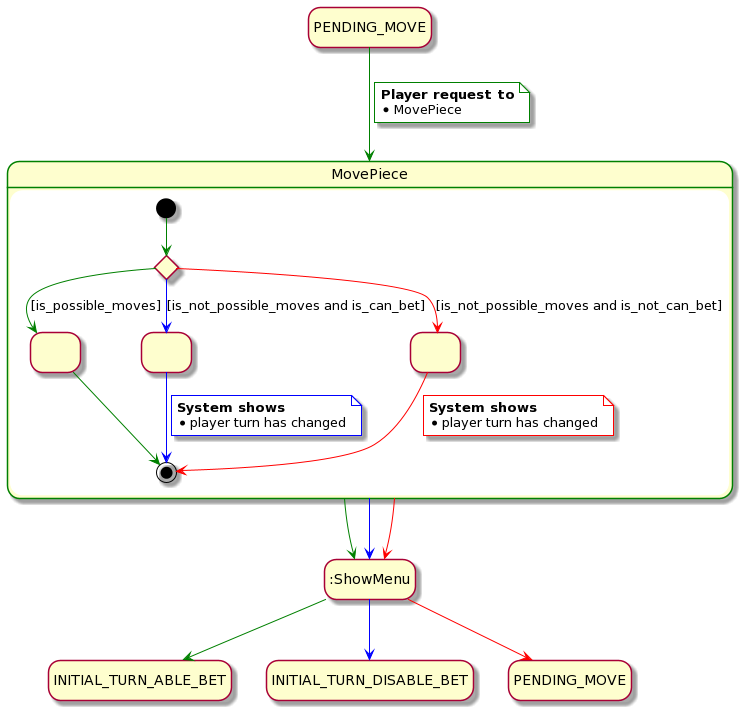
The PlantUML diagram rup/usecase/move_piece.png in USantaTecla-game-backgammon/backgammon, before a commit. Source of this version:
```plantuml
@startuml
hide empty description

state INITIAL_TURN_ABLE_BET
state INITIAL_TURN_DISABLE_BET
state PENDING_MOVE
state "PENDING_MOVE" as PENDING_MOVE2


state MovePiece ##green {
    state " " as 1
    state " " as 2
    state " " as 3

    state status <<choice>>

    [*] -[#green]-> status

    status -[#green]-> 1 : [is_possible_moves]
    status -[#blue]-> 2 : [is_not_possible_moves and is_can_bet]
    status -[#red]-> 3 : [is_not_possible_moves and is_not_can_bet]

    1 -[#green]-> [*]
    2 -[#blue]-> [*]
    note on link #white
        <b>System shows</b>
        * player turn has changed
    end note
    3 -[#red]-> [*]
    note on link #white
        <b>System shows</b>
        * player turn has changed
    end note
}

PENDING_MOVE -[#green]-> MovePiece
note on link #white
    <b>Player request to</b>
    * MovePiece
end note

MovePiece -[#green]-> :ShowMenu
:ShowMenu -[#green]-> INITIAL_TURN_ABLE_BET
MovePiece -[#blue]-> :ShowMenu
:ShowMenu -[#blue]-> INITIAL_TURN_DISABLE_BET
MovePiece -[#red]->  :ShowMenu
:ShowMenu -[#red]->  PENDING_MOVE2
@enduml
```
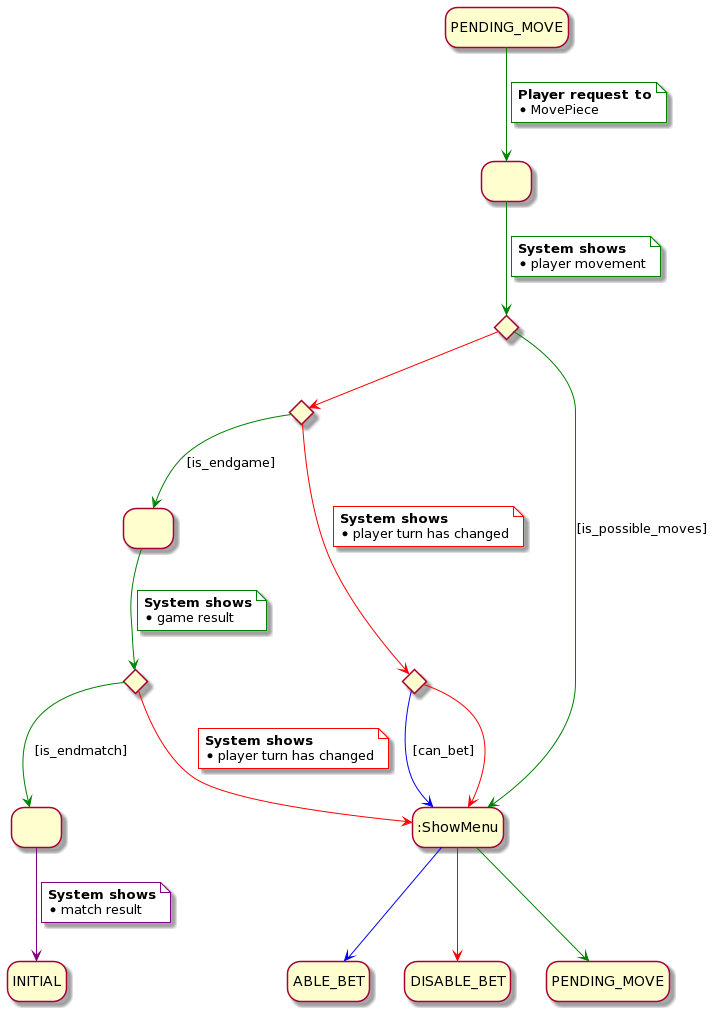
The same diagram one commit later.

Commit message:
Update context and move_piece

What changed in the source:
```diff
@@ -1,48 +1,65 @@
 @startuml
 hide empty description
 
-state INITIAL_TURN_ABLE_BET
-state INITIAL_TURN_DISABLE_BET
+state INITIAL
+state ABLE_BET
+state DISABLE_BET
 state PENDING_MOVE
 state "PENDING_MOVE" as PENDING_MOVE2
 
+state " " as 1
+state " " as endgame
+state " " as endmatch
 
-state MovePiece ##green {
-    state " " as 1
-    state " " as 2
-    state " " as 3
+state is_endgame <<choice>>
+state is_endmatch <<choice>>
+state is_possible_moves <<choice>>
+state can_bet <<choice>>
 
-    state status <<choice>>
+1 -[#green]-> is_possible_moves
+note on link #white
+    <b>System shows</b>
+    * player movement
+end note
 
-    [*] -[#green]-> status
+is_possible_moves -[#green]-> :ShowMenu : [is_possible_moves]
+is_possible_moves -[#red]-> is_endgame
 
-    status -[#green]-> 1 : [is_possible_moves]
-    status -[#blue]-> 2 : [is_not_possible_moves and is_can_bet]
-    status -[#red]-> 3 : [is_not_possible_moves and is_not_can_bet]
+is_endgame -[#green]-> endgame : [is_endgame]
+endgame -[#green]-> is_endmatch
+note on link #white
+    <b>System shows</b>
+    * game result
+end note
+is_endgame -[#red]-> can_bet
+note on link #white
+    <b>System shows</b>
+    * player turn has changed
+end note
 
-    1 -[#green]-> [*]
-    2 -[#blue]-> [*]
-    note on link #white
-        <b>System shows</b>
-        * player turn has changed
-    end note
-    3 -[#red]-> [*]
-    note on link #white
-        <b>System shows</b>
-        * player turn has changed
-    end note
-}
+is_endmatch -[#green]-> endmatch : [is_endmatch]
+endmatch -[#purple]-> INITIAL
+note on link #white
+    <b>System shows</b>
+    * match result
+end note
+is_endmatch -[#red]-> :ShowMenu
+note on link #white
+    <b>System shows</b>
+    * player turn has changed
+end note
 
-PENDING_MOVE -[#green]-> MovePiece
+can_bet -[#blue]-> :ShowMenu : [can_bet]
+can_bet -[#red]-> :ShowMenu
+
+
+PENDING_MOVE -[#green]-> 1
 note on link #white
     <b>Player request to</b>
     * MovePiece
 end note
 
-MovePiece -[#green]-> :ShowMenu
-:ShowMenu -[#green]-> INITIAL_TURN_ABLE_BET
-MovePiece -[#blue]-> :ShowMenu
-:ShowMenu -[#blue]-> INITIAL_TURN_DISABLE_BET
-MovePiece -[#red]->  :ShowMenu
-:ShowMenu -[#red]->  PENDING_MOVE2
+:ShowMenu -[#red]-> DISABLE_BET
+:ShowMenu -[#blue]-> ABLE_BET
+:ShowMenu -[#green]->  PENDING_MOVE2
 @enduml
```
